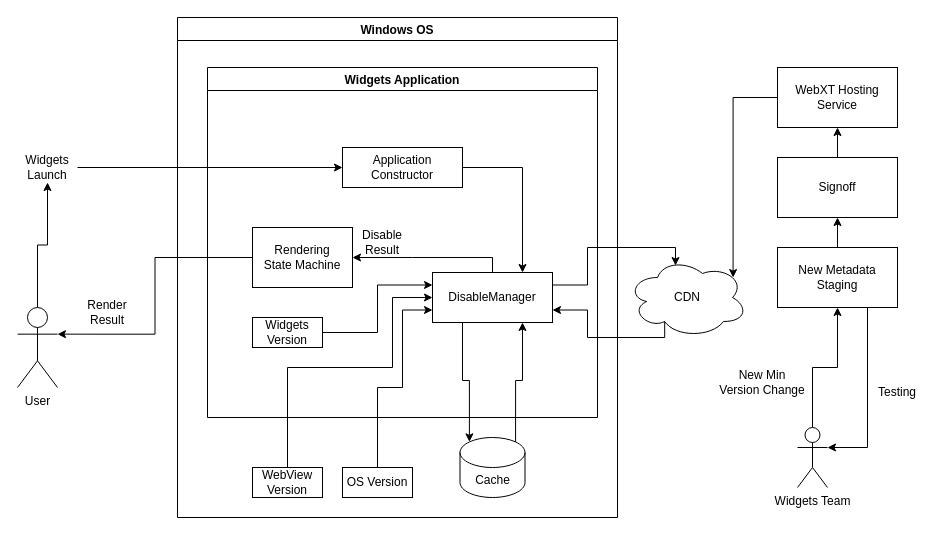
Before: tempdisable.drawio in bcso/designs, a draw.io diagram. Source tidied: cells renumbered, new cells numbered last; positions are measured from the earlier drawing's top-left corner, leaving out a move shared by most shapes. Both pictures are drawn from the tidied source at 100%, with x=0, y=0 at pixel (17, 17).
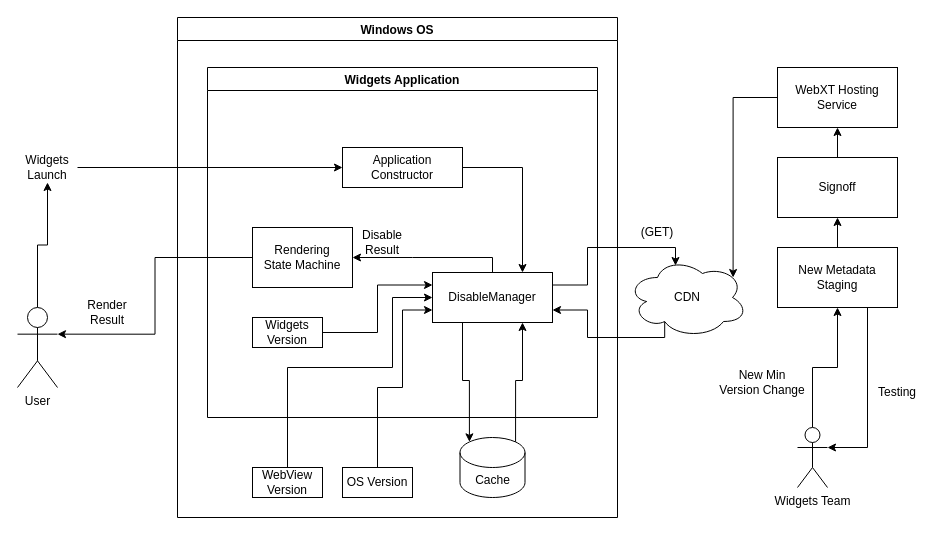
The same diagram, later.

What changed in the source:
```diff
@@
+    <mxCell id="39" value="(GET)" style="text;html=1;strokeColor=none;fillColor=none;align=center;verticalAlign=middle;whiteSpace=wrap;rounded=0;" parent="1" vertex="1">
+      <mxGeometry x="610" y="200" width="60" height="30" as="geometry" />
+    </mxCell>
```
